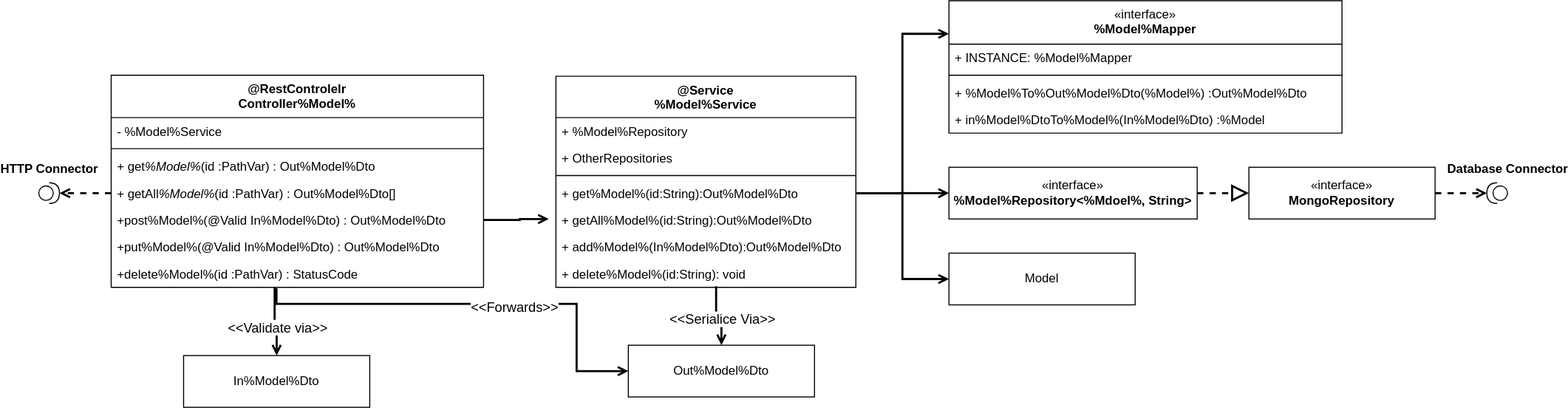
Earlier version of the draw.io export docs/source/pic/MCV.drawio.svg (Patrick112233/Ro-Co). Source tidied: cells renumbered, new cells last; positions are measured from the earlier drawing's top-left corner, leaving out a move shared by most shapes.
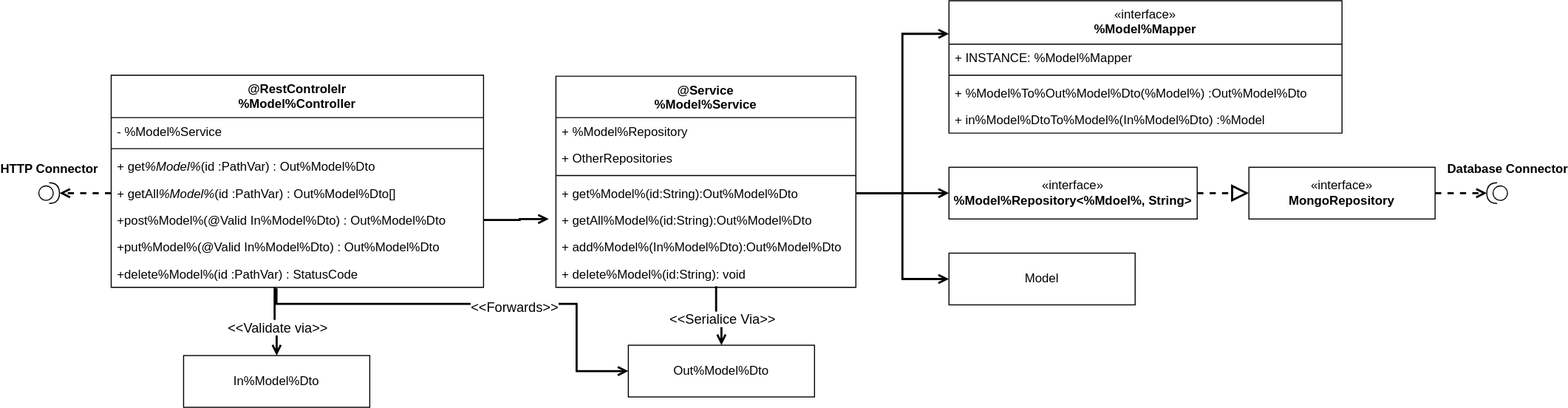
The same diagram one commit later.

Diff of the diagram source:
```diff
@@ -2,7 +2,7 @@
   <root>
     <mxCell id="0" />
     <mxCell id="1" parent="0" />
-    <mxCell id="2" value="@RestControlelr&lt;br&gt;Controller%Model%" style="swimlane;fontStyle=1;align=center;verticalAlign=top;horizontal=1;startSize=41;whiteSpace=wrap;html=1;" parent="1" vertex="1">
+    <mxCell id="2" value="@RestControlelr&lt;br&gt;%Model%Controller" style="swimlane;fontStyle=1;align=center;verticalAlign=top;horizontal=1;startSize=41;whiteSpace=wrap;html=1;" parent="1" vertex="1">
       <mxGeometry x="100" y="72" width="360" height="205" as="geometry" />
     </mxCell>
     <mxCell id="3" value="- %Model%Service" style="text;strokeColor=none;fillColor=none;align=left;verticalAlign=top;spacingLeft=4;spacingRight=4;overflow=hidden;whiteSpace=wrap;html=1;" parent="2" vertex="1">
```
